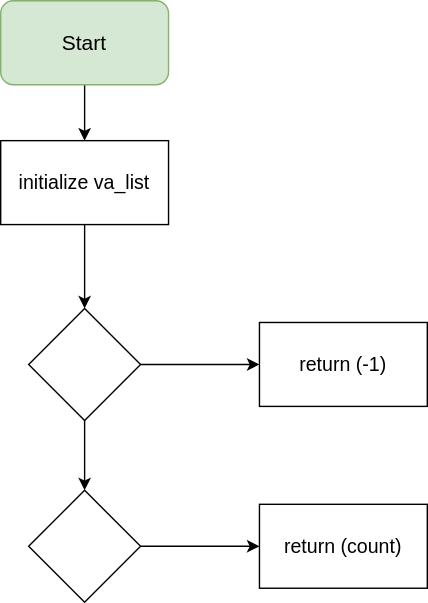
Above: printf.svg in davehypercodes/printf (draw.io), before the change. Source tidied: cells renumbered, new cells last; positions are measured from the earlier drawing's top-left corner, leaving out a move shared by most shapes. Source of this version:
```xml
<mxGraphModel>
  <root>
    <mxCell id="0" />
    <mxCell id="1" parent="0" />
    <mxCell id="2" style="edgeStyle=orthogonalEdgeStyle;rounded=0;jettySize=auto;html=1;exitX=0.5;exitY=1;exitDx=0;exitDy=0;" parent="1" edge="1" source="3" target="5">
      <mxGeometry relative="1" as="geometry" />
    </mxCell>
    <mxCell id="3" value="&lt;font style=&quot;font-size: 15px;&quot;&gt;Start&lt;/font&gt;" style="rounded=1;whiteSpace=wrap;html=1;fillColor=#d5e8d4;strokeColor=#82b366;" parent="1" vertex="1">
      <mxGeometry width="120" height="60" as="geometry" />
    </mxCell>
    <mxCell id="4" style="edgeStyle=orthogonalEdgeStyle;rounded=0;jettySize=auto;html=1;" parent="1" edge="1" source="5" target="12">
      <mxGeometry relative="1" as="geometry" />
    </mxCell>
    <mxCell id="5" value="&lt;font style=&quot;font-size: 14px;&quot;&gt;initialize va_list&lt;/font&gt;" style="rounded=0;whiteSpace=wrap;html=1;" parent="1" vertex="1">
      <mxGeometry y="100" width="120" height="60" as="geometry" />
    </mxCell>
    <mxCell id="6" value="&lt;font style=&quot;font-size: 14px;&quot;&gt;return (-1)&lt;/font&gt;" style="rounded=0;whiteSpace=wrap;html=1;" parent="1" vertex="1">
      <mxGeometry x="185" y="230" width="120" height="60" as="geometry" />
    </mxCell>
    <mxCell id="7" value="&lt;font style=&quot;font-size: 14px;&quot;&gt;return (count)&lt;/font&gt;" style="rounded=0;whiteSpace=wrap;html=1;" parent="1" vertex="1">
      <mxGeometry x="185" y="360" width="120" height="60" as="geometry" />
    </mxCell>
    <mxCell id="8" style="edgeStyle=orthogonalEdgeStyle;rounded=0;jettySize=auto;html=1;" parent="1" edge="1" source="9" target="7">
      <mxGeometry relative="1" as="geometry" />
    </mxCell>
    <mxCell id="9" style="rhombus;whiteSpace=wrap;html=1;" parent="1" vertex="1">
      <mxGeometry x="20" y="350" width="80" height="80" as="geometry" />
    </mxCell>
    <mxCell id="10" style="edgeStyle=orthogonalEdgeStyle;rounded=0;jettySize=auto;html=1;" parent="1" edge="1" source="12" target="9">
      <mxGeometry relative="1" as="geometry" />
    </mxCell>
    <mxCell id="11" style="edgeStyle=orthogonalEdgeStyle;rounded=0;jettySize=auto;html=1;" parent="1" edge="1" source="12" target="6">
      <mxGeometry relative="1" as="geometry" />
    </mxCell>
    <mxCell id="12" style="rhombus;whiteSpace=wrap;html=1;" parent="1" vertex="1">
      <mxGeometry x="20" y="220" width="80" height="80" as="geometry" />
    </mxCell>
  </root>
</mxGraphModel>
```
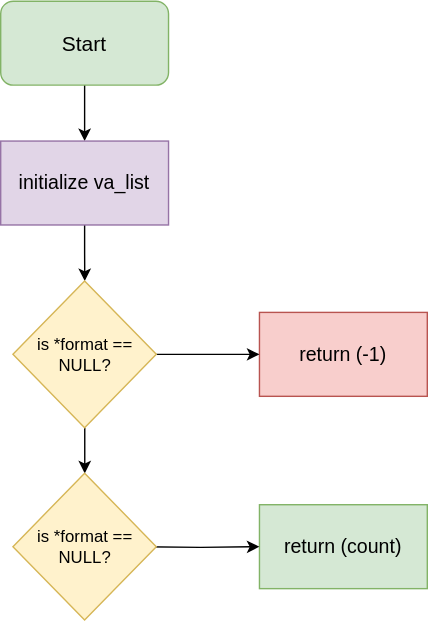
After the change.

What changed in the source:
```diff
@@ -11,29 +11,31 @@
     <mxCell id="4" style="edgeStyle=orthogonalEdgeStyle;rounded=0;jettySize=auto;html=1;" parent="1" edge="1" source="5" target="12">
       <mxGeometry relative="1" as="geometry" />
     </mxCell>
-    <mxCell id="5" value="&lt;font style=&quot;font-size: 14px;&quot;&gt;initialize va_list&lt;/font&gt;" style="rounded=0;whiteSpace=wrap;html=1;" parent="1" vertex="1">
+    <mxCell id="5" value="&lt;font style=&quot;font-size: 14px;&quot;&gt;initialize va_list&lt;/font&gt;" style="rounded=0;whiteSpace=wrap;html=1;fillColor=#e1d5e7;strokeColor=#9673a6;" parent="1" vertex="1">
       <mxGeometry y="100" width="120" height="60" as="geometry" />
     </mxCell>
-    <mxCell id="6" value="&lt;font style=&quot;font-size: 14px;&quot;&gt;return (-1)&lt;/font&gt;" style="rounded=0;whiteSpace=wrap;html=1;" parent="1" vertex="1">
-      <mxGeometry x="185" y="230" width="120" height="60" as="geometry" />
+    <mxCell id="6" value="&lt;font style=&quot;font-size: 14px;&quot;&gt;return (-1)&lt;/font&gt;" style="rounded=0;whiteSpace=wrap;html=1;fillColor=#f8cecc;strokeColor=#b85450;" parent="1" vertex="1">
+      <mxGeometry x="185" y="222.5" width="120" height="60" as="geometry" />
     </mxCell>
-    <mxCell id="7" value="&lt;font style=&quot;font-size: 14px;&quot;&gt;return (count)&lt;/font&gt;" style="rounded=0;whiteSpace=wrap;html=1;" parent="1" vertex="1">
+    <mxCell id="7" value="&lt;font style=&quot;font-size: 14px;&quot;&gt;return (count)&lt;/font&gt;" style="rounded=0;whiteSpace=wrap;html=1;fillColor=#d5e8d4;strokeColor=#82b366;" parent="1" vertex="1">
       <mxGeometry x="185" y="360" width="120" height="60" as="geometry" />
     </mxCell>
-    <mxCell id="8" style="edgeStyle=orthogonalEdgeStyle;rounded=0;jettySize=auto;html=1;" parent="1" edge="1" source="9" target="7">
-      <mxGeometry relative="1" as="geometry" />
+    <mxCell id="8" style="edgeStyle=orthogonalEdgeStyle;rounded=0;jettySize=auto;html=1;" parent="1" edge="1" target="7">
+      <mxGeometry relative="1" as="geometry">
+        <mxPoint x="100" y="390" as="sourcePoint" />
+      </mxGeometry>
     </mxCell>
-    <mxCell id="9" style="rhombus;whiteSpace=wrap;html=1;" parent="1" vertex="1">
-      <mxGeometry x="20" y="350" width="80" height="80" as="geometry" />
-    </mxCell>
-    <mxCell id="10" style="edgeStyle=orthogonalEdgeStyle;rounded=0;jettySize=auto;html=1;" parent="1" edge="1" source="12" target="9">
-      <mxGeometry relative="1" as="geometry" />
-    </mxCell>
     <mxCell id="11" style="edgeStyle=orthogonalEdgeStyle;rounded=0;jettySize=auto;html=1;" parent="1" edge="1" source="12" target="6">
       <mxGeometry relative="1" as="geometry" />
     </mxCell>
+    <mxCell id="13" style="edgeStyle=orthogonalEdgeStyle;rounded=0;jettySize=auto;html=1;" parent="1" edge="1" source="12" target="14">
+      <mxGeometry relative="1" as="geometry" />
+    </mxCell>
-    <mxCell id="12" style="rhombus;whiteSpace=wrap;html=1;" parent="1" vertex="1">
-      <mxGeometry x="20" y="220" width="80" height="80" as="geometry" />
+    <mxCell id="12" value="is *format == NULL?" style="rhombus;whiteSpace=wrap;html=1;fillColor=#fff2cc;strokeColor=#d6b656;" parent="1" vertex="1">
+      <mxGeometry x="8.8" y="200" width="102.5" height="105" as="geometry" />
     </mxCell>
+    <mxCell id="14" value="is *format == NULL?" style="rhombus;whiteSpace=wrap;html=1;fillColor=#fff2cc;strokeColor=#d6b656;" parent="1" vertex="1">
+      <mxGeometry x="8.8" y="337.5" width="102.5" height="105" as="geometry" />
+    </mxCell>
   </root>
 </mxGraphModel>
```
